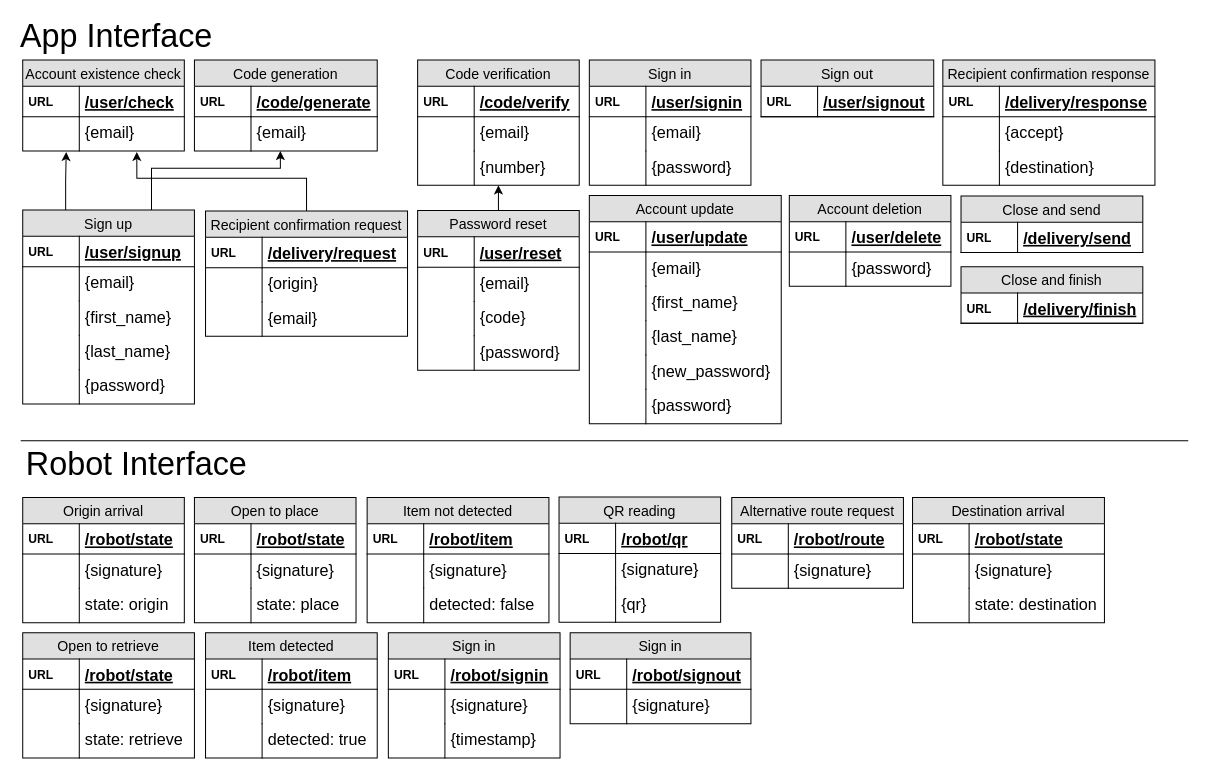
This is server/modeling/Server Modelling.drawio from developedby/DLVR, a draw.io file, before an edit. Source tidied: cells renumbered, new cells numbered last; positions are measured from the earlier drawing's top-left corner, leaving out a move shared by most shapes. Both pictures are drawn from the tidied source at 101%, with x=0, y=0 at pixel (17, 26).
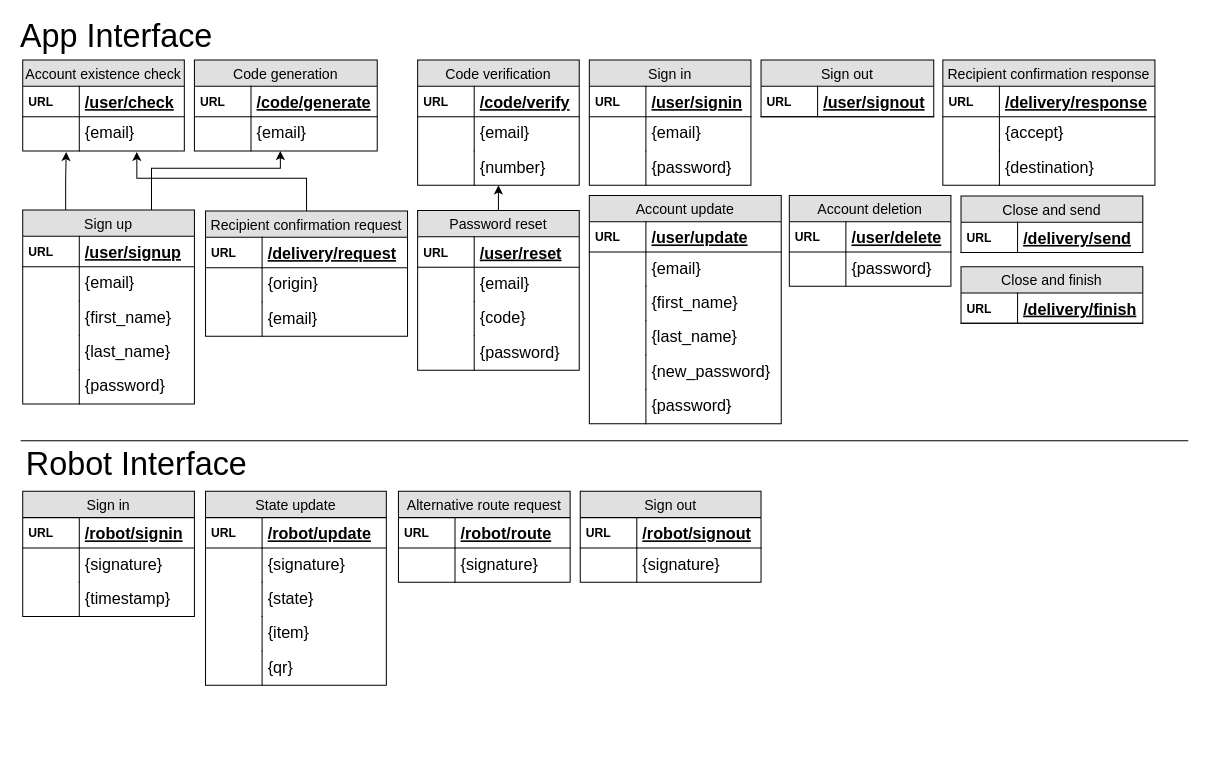
The same page after the edit.

Commit message (it also covers changes not shown here):
Updated server model

Diff of the diagram source:
```diff
@@
-    <mxCell id="94" value="Origin arrival" style="swimlane;fontStyle=0;horizontal=1;startSize=26;fillColor=#e0e0e0;swimlaneFillColor=#ffffff;align=center;fontSize=14;" parent="1" vertex="1">
-      <mxGeometry x="5" y="466" width="160" height="124" as="geometry" />
-    </mxCell>
-    <mxCell id="95" value="/robot/state" style="shape=partialRectangle;top=0;left=0;right=0;bottom=1;align=left;verticalAlign=middle;fillColor=none;spacingLeft=60;spacingRight=4;overflow=hidden;fontStyle=5;fontSize=16;" parent="94" vertex="1">
-      <mxGeometry y="26" width="160" height="30" as="geometry" />
-    </mxCell>
-    <mxCell id="96" value="URL" style="shape=partialRectangle;fontStyle=1;top=0;left=0;bottom=0;fillColor=none;align=left;verticalAlign=middle;spacingLeft=4;spacingRight=4;overflow=hidden;fontSize=12;" parent="95" vertex="1">
-      <mxGeometry width="56" height="30" as="geometry" />
-    </mxCell>
-    <mxCell id="97" value="{signature}" style="shape=partialRectangle;top=0;left=0;right=0;bottom=0;align=left;verticalAlign=top;fillColor=none;spacingLeft=60;spacingRight=4;overflow=hidden;fontSize=16;" parent="94" vertex="1">
-      <mxGeometry y="56" width="160" height="34" as="geometry" />
-    </mxCell>
-    <mxCell id="98" style="shape=partialRectangle;top=0;left=0;bottom=0;fillColor=none;align=left;verticalAlign=top;spacingLeft=4;spacingRight=4;overflow=hidden;fontSize=12;" parent="97" vertex="1">
-      <mxGeometry width="56" height="34" as="geometry" />
-    </mxCell>
-    <mxCell id="99" value="state: origin" style="shape=partialRectangle;top=0;left=0;right=0;bottom=0;align=left;verticalAlign=top;fillColor=none;spacingLeft=60;spacingRight=4;overflow=hidden;fontSize=16;" parent="94" vertex="1">
-      <mxGeometry y="90" width="160" height="34" as="geometry" />
-    </mxCell>
-    <mxCell id="100" style="shape=partialRectangle;top=0;left=0;bottom=0;fillColor=none;align=left;verticalAlign=top;spacingLeft=4;spacingRight=4;overflow=hidden;fontSize=12;" parent="99" vertex="1">
-      <mxGeometry width="56" height="34" as="geometry" />
-    </mxCell>
-    <mxCell id="101" value="Open to place" style="swimlane;fontStyle=0;horizontal=1;startSize=26;fillColor=#e0e0e0;swimlaneFillColor=#ffffff;align=center;fontSize=14;" parent="1" vertex="1">
-      <mxGeometry x="175" y="466" width="160" height="124" as="geometry" />
-    </mxCell>
-    <mxCell id="102" value="/robot/state" style="shape=partialRectangle;top=0;left=0;right=0;bottom=1;align=left;verticalAlign=middle;fillColor=none;spacingLeft=60;spacingRight=4;overflow=hidden;fontStyle=5;fontSize=16;" parent="101" vertex="1">
-      <mxGeometry y="26" width="160" height="30" as="geometry" />
-    </mxCell>
-    <mxCell id="103" value="URL" style="shape=partialRectangle;fontStyle=1;top=0;left=0;bottom=0;fillColor=none;align=left;verticalAlign=middle;spacingLeft=4;spacingRight=4;overflow=hidden;fontSize=12;" parent="102" vertex="1">
-      <mxGeometry width="56" height="30" as="geometry" />
-    </mxCell>
-    <mxCell id="104" value="{signature}" style="shape=partialRectangle;top=0;left=0;right=0;bottom=0;align=left;verticalAlign=top;fillColor=none;spacingLeft=60;spacingRight=4;overflow=hidden;fontSize=16;" parent="101" vertex="1">
-      <mxGeometry y="56" width="160" height="34" as="geometry" />
-    </mxCell>
-    <mxCell id="105" style="shape=partialRectangle;top=0;left=0;bottom=0;fillColor=none;align=left;verticalAlign=top;spacingLeft=4;spacingRight=4;overflow=hidden;fontSize=12;" parent="104" vertex="1">
-      <mxGeometry width="56" height="34" as="geometry" />
-    </mxCell>
-    <mxCell id="106" value="state: place" style="shape=partialRectangle;top=0;left=0;right=0;bottom=0;align=left;verticalAlign=top;fillColor=none;spacingLeft=60;spacingRight=4;overflow=hidden;fontSize=16;" parent="101" vertex="1">
-      <mxGeometry y="90" width="160" height="34" as="geometry" />
-    </mxCell>
-    <mxCell id="107" style="shape=partialRectangle;top=0;left=0;bottom=0;fillColor=none;align=left;verticalAlign=top;spacingLeft=4;spacingRight=4;overflow=hidden;fontSize=12;" parent="106" vertex="1">
-      <mxGeometry width="56" height="34" as="geometry" />
-    </mxCell>
-    <mxCell id="108" value="Item not detected" style="swimlane;fontStyle=0;horizontal=1;startSize=26;fillColor=#e0e0e0;swimlaneFillColor=#ffffff;align=center;fontSize=14;" parent="1" vertex="1">
-      <mxGeometry x="346" y="466" width="180" height="124" as="geometry" />
-    </mxCell>
-    <mxCell id="109" value="/robot/item" style="shape=partialRectangle;top=0;left=0;right=0;bottom=1;align=left;verticalAlign=middle;fillColor=none;spacingLeft=60;spacingRight=4;overflow=hidden;fontStyle=5;fontSize=16;" parent="108" vertex="1">
-      <mxGeometry y="26" width="180" height="30" as="geometry" />
-    </mxCell>
-    <mxCell id="110" value="URL" style="shape=partialRectangle;fontStyle=1;top=0;left=0;bottom=0;fillColor=none;align=left;verticalAlign=middle;spacingLeft=4;spacingRight=4;overflow=hidden;fontSize=12;" parent="109" vertex="1">
-      <mxGeometry width="56" height="30" as="geometry" />
-    </mxCell>
-    <mxCell id="111" value="{signature}" style="shape=partialRectangle;top=0;left=0;right=0;bottom=0;align=left;verticalAlign=top;fillColor=none;spacingLeft=60;spacingRight=4;overflow=hidden;fontSize=16;" parent="108" vertex="1">
-      <mxGeometry y="56" width="180" height="34" as="geometry" />
-    </mxCell>
-    <mxCell id="112" style="shape=partialRectangle;top=0;left=0;bottom=0;fillColor=none;align=left;verticalAlign=top;spacingLeft=4;spacingRight=4;overflow=hidden;fontSize=12;" parent="111" vertex="1">
-      <mxGeometry width="56" height="34" as="geometry" />
-    </mxCell>
-    <mxCell id="113" value="detected: false" style="shape=partialRectangle;top=0;left=0;right=0;bottom=0;align=left;verticalAlign=top;fillColor=none;spacingLeft=60;spacingRight=4;overflow=hidden;fontSize=16;" parent="108" vertex="1">
-      <mxGeometry y="90" width="180" height="34" as="geometry" />
-    </mxCell>
-    <mxCell id="114" style="shape=partialRectangle;top=0;left=0;bottom=0;fillColor=none;align=left;verticalAlign=top;spacingLeft=4;spacingRight=4;overflow=hidden;fontSize=12;" parent="113" vertex="1">
-      <mxGeometry width="56" height="34" as="geometry" />
-    </mxCell>
-    <mxCell id="115" value="QR reading" style="swimlane;fontStyle=0;horizontal=1;startSize=26;fillColor=#e0e0e0;swimlaneFillColor=#ffffff;align=center;fontSize=14;" parent="1" vertex="1">
-      <mxGeometry x="536" y="465.5" width="160" height="124" as="geometry" />
-    </mxCell>
-    <mxCell id="116" value="/robot/qr" style="shape=partialRectangle;top=0;left=0;right=0;bottom=1;align=left;verticalAlign=middle;fillColor=none;spacingLeft=60;spacingRight=4;overflow=hidden;fontStyle=5;fontSize=16;" parent="115" vertex="1">
-      <mxGeometry y="26" width="160" height="30" as="geometry" />
-    </mxCell>
-    <mxCell id="117" value="URL" style="shape=partialRectangle;fontStyle=1;top=0;left=0;bottom=0;fillColor=none;align=left;verticalAlign=middle;spacingLeft=4;spacingRight=4;overflow=hidden;fontSize=12;" parent="116" vertex="1">
-      <mxGeometry width="56" height="30" as="geometry" />
-    </mxCell>
-    <mxCell id="118" value="{signature}" style="shape=partialRectangle;top=0;left=0;right=0;bottom=0;align=left;verticalAlign=top;fillColor=none;spacingLeft=60;spacingRight=4;overflow=hidden;fontSize=16;" parent="115" vertex="1">
-      <mxGeometry y="56" width="160" height="34" as="geometry" />
-    </mxCell>
-    <mxCell id="119" style="shape=partialRectangle;top=0;left=0;bottom=0;fillColor=none;align=left;verticalAlign=top;spacingLeft=4;spacingRight=4;overflow=hidden;fontSize=12;" parent="118" vertex="1">
-      <mxGeometry width="56" height="34" as="geometry" />
-    </mxCell>
-    <mxCell id="120" value="{qr}" style="shape=partialRectangle;top=0;left=0;right=0;bottom=0;align=left;verticalAlign=top;fillColor=none;spacingLeft=60;spacingRight=4;overflow=hidden;fontSize=16;" parent="115" vertex="1">
-      <mxGeometry y="90" width="160" height="34" as="geometry" />
-    </mxCell>
-    <mxCell id="121" style="shape=partialRectangle;top=0;left=0;bottom=0;fillColor=none;align=left;verticalAlign=top;spacingLeft=4;spacingRight=4;overflow=hidden;fontSize=12;" parent="120" vertex="1">
-      <mxGeometry width="56" height="34" as="geometry" />
-    </mxCell>
     <mxCell id="122" value="Alternative route request" style="swimlane;fontStyle=0;horizontal=1;startSize=26;fillColor=#e0e0e0;swimlaneFillColor=#ffffff;align=center;fontSize=14;" parent="1" vertex="1">
-      <mxGeometry x="707" y="466" width="170" height="90" as="geometry" />
+      <mxGeometry x="377" y="460" width="170" height="90" as="geometry" />
     </mxCell>
@@
-    <mxCell id="127" value="Destination arrival" style="swimlane;fontStyle=0;horizontal=1;startSize=26;fillColor=#e0e0e0;swimlaneFillColor=#ffffff;align=center;fontSize=14;" parent="1" vertex="1">
-      <mxGeometry x="886" y="466" width="190" height="124" as="geometry" />
-    </mxCell>
-    <mxCell id="128" value="/robot/state" style="shape=partialRectangle;top=0;left=0;right=0;bottom=1;align=left;verticalAlign=middle;fillColor=none;spacingLeft=60;spacingRight=4;overflow=hidden;fontStyle=5;fontSize=16;" parent="127" vertex="1">
-      <mxGeometry y="26" width="190" height="30" as="geometry" />
-    </mxCell>
-    <mxCell id="129" value="URL" style="shape=partialRectangle;fontStyle=1;top=0;left=0;bottom=0;fillColor=none;align=left;verticalAlign=middle;spacingLeft=4;spacingRight=4;overflow=hidden;fontSize=12;" parent="128" vertex="1">
-      <mxGeometry width="56" height="30" as="geometry" />
-    </mxCell>
-    <mxCell id="130" value="{signature}" style="shape=partialRectangle;top=0;left=0;right=0;bottom=0;align=left;verticalAlign=top;fillColor=none;spacingLeft=60;spacingRight=4;overflow=hidden;fontSize=16;" parent="127" vertex="1">
-      <mxGeometry y="56" width="190" height="34" as="geometry" />
-    </mxCell>
-    <mxCell id="131" style="shape=partialRectangle;top=0;left=0;bottom=0;fillColor=none;align=left;verticalAlign=top;spacingLeft=4;spacingRight=4;overflow=hidden;fontSize=12;" parent="130" vertex="1">
-      <mxGeometry width="56" height="34" as="geometry" />
-    </mxCell>
-    <mxCell id="132" value="state: destination" style="shape=partialRectangle;top=0;left=0;right=0;bottom=0;align=left;verticalAlign=top;fillColor=none;spacingLeft=60;spacingRight=4;overflow=hidden;fontSize=16;" parent="127" vertex="1">
-      <mxGeometry y="90" width="190" height="34" as="geometry" />
-    </mxCell>
-    <mxCell id="133" style="shape=partialRectangle;top=0;left=0;bottom=0;fillColor=none;align=left;verticalAlign=top;spacingLeft=4;spacingRight=4;overflow=hidden;fontSize=12;" parent="132" vertex="1">
-      <mxGeometry width="56" height="34" as="geometry" />
-    </mxCell>
-    <mxCell id="134" value="Open to retrieve" style="swimlane;fontStyle=0;horizontal=1;startSize=26;fillColor=#e0e0e0;swimlaneFillColor=#ffffff;align=center;fontSize=14;" parent="1" vertex="1">
-      <mxGeometry x="5" y="600" width="170" height="124" as="geometry" />
-    </mxCell>
-    <mxCell id="135" value="/robot/state" style="shape=partialRectangle;top=0;left=0;right=0;bottom=1;align=left;verticalAlign=middle;fillColor=none;spacingLeft=60;spacingRight=4;overflow=hidden;fontStyle=5;fontSize=16;" parent="134" vertex="1">
-      <mxGeometry y="26" width="170" height="30" as="geometry" />
-    </mxCell>
-    <mxCell id="136" value="URL" style="shape=partialRectangle;fontStyle=1;top=0;left=0;bottom=0;fillColor=none;align=left;verticalAlign=middle;spacingLeft=4;spacingRight=4;overflow=hidden;fontSize=12;" parent="135" vertex="1">
-      <mxGeometry width="56" height="30" as="geometry" />
-    </mxCell>
-    <mxCell id="137" value="{signature}" style="shape=partialRectangle;top=0;left=0;right=0;bottom=0;align=left;verticalAlign=top;fillColor=none;spacingLeft=60;spacingRight=4;overflow=hidden;fontSize=16;" parent="134" vertex="1">
-      <mxGeometry y="56" width="170" height="34" as="geometry" />
-    </mxCell>
-    <mxCell id="138" style="shape=partialRectangle;top=0;left=0;bottom=0;fillColor=none;align=left;verticalAlign=top;spacingLeft=4;spacingRight=4;overflow=hidden;fontSize=12;" parent="137" vertex="1">
-      <mxGeometry width="56" height="34" as="geometry" />
-    </mxCell>
-    <mxCell id="139" value="state: retrieve" style="shape=partialRectangle;top=0;left=0;right=0;bottom=0;align=left;verticalAlign=top;fillColor=none;spacingLeft=60;spacingRight=4;overflow=hidden;fontSize=16;" parent="134" vertex="1">
-      <mxGeometry y="90" width="170" height="34" as="geometry" />
-    </mxCell>
-    <mxCell id="140" style="shape=partialRectangle;top=0;left=0;bottom=0;fillColor=none;align=left;verticalAlign=top;spacingLeft=4;spacingRight=4;overflow=hidden;fontSize=12;" parent="139" vertex="1">
-      <mxGeometry width="56" height="34" as="geometry" />
-    </mxCell>
-    <mxCell id="141" value="Item detected" style="swimlane;fontStyle=0;horizontal=1;startSize=26;fillColor=#e0e0e0;swimlaneFillColor=#ffffff;align=center;fontSize=14;" parent="1" vertex="1">
-      <mxGeometry x="186" y="600" width="170" height="124" as="geometry" />
-    </mxCell>
-    <mxCell id="142" value="/robot/item" style="shape=partialRectangle;top=0;left=0;right=0;bottom=1;align=left;verticalAlign=middle;fillColor=none;spacingLeft=60;spacingRight=4;overflow=hidden;fontStyle=5;fontSize=16;" parent="141" vertex="1">
-      <mxGeometry y="26" width="170" height="30" as="geometry" />
-    </mxCell>
-    <mxCell id="143" value="URL" style="shape=partialRectangle;fontStyle=1;top=0;left=0;bottom=0;fillColor=none;align=left;verticalAlign=middle;spacingLeft=4;spacingRight=4;overflow=hidden;fontSize=12;" parent="142" vertex="1">
-      <mxGeometry width="56" height="30" as="geometry" />
-    </mxCell>
-    <mxCell id="144" value="{signature}" style="shape=partialRectangle;top=0;left=0;right=0;bottom=0;align=left;verticalAlign=top;fillColor=none;spacingLeft=60;spacingRight=4;overflow=hidden;fontSize=16;" parent="141" vertex="1">
-      <mxGeometry y="56" width="170" height="34" as="geometry" />
-    </mxCell>
-    <mxCell id="145" style="shape=partialRectangle;top=0;left=0;bottom=0;fillColor=none;align=left;verticalAlign=top;spacingLeft=4;spacingRight=4;overflow=hidden;fontSize=12;" parent="144" vertex="1">
-      <mxGeometry width="56" height="34" as="geometry" />
-    </mxCell>
-    <mxCell id="146" value="detected: true" style="shape=partialRectangle;top=0;left=0;right=0;bottom=0;align=left;verticalAlign=top;fillColor=none;spacingLeft=60;spacingRight=4;overflow=hidden;fontSize=16;" parent="141" vertex="1">
-      <mxGeometry y="90" width="170" height="34" as="geometry" />
-    </mxCell>
-    <mxCell id="147" style="shape=partialRectangle;top=0;left=0;bottom=0;fillColor=none;align=left;verticalAlign=top;spacingLeft=4;spacingRight=4;overflow=hidden;fontSize=12;" parent="146" vertex="1">
-      <mxGeometry width="56" height="34" as="geometry" />
-    </mxCell>
     <mxCell id="148" value="Sign in" style="swimlane;fontStyle=0;horizontal=1;startSize=26;fillColor=#e0e0e0;swimlaneFillColor=#ffffff;align=center;fontSize=14;" parent="1" vertex="1">
-      <mxGeometry x="367" y="600" width="170" height="124" as="geometry" />
+      <mxGeometry x="5" y="460" width="170" height="124" as="geometry" />
     </mxCell>
@@
-    <mxCell id="155" value="Sign in" style="swimlane;fontStyle=0;horizontal=1;startSize=26;fillColor=#e0e0e0;swimlaneFillColor=#ffffff;align=center;fontSize=14;" parent="1" vertex="1">
-      <mxGeometry x="547" y="600" width="179" height="90" as="geometry" />
+    <mxCell id="155" value="Sign out" style="swimlane;fontStyle=0;horizontal=1;startSize=26;fillColor=#e0e0e0;swimlaneFillColor=#ffffff;align=center;fontSize=14;" parent="1" vertex="1">
+      <mxGeometry x="557" y="460" width="179" height="90" as="geometry" />
     </mxCell>
@@
+    <mxCell id="160" value="State update" style="swimlane;fontStyle=0;horizontal=1;startSize=26;fillColor=#e0e0e0;swimlaneFillColor=#ffffff;align=center;fontSize=14;" parent="1" vertex="1">
+      <mxGeometry x="186" y="460" width="179" height="192" as="geometry" />
+    </mxCell>
+    <mxCell id="161" value="/robot/update" style="shape=partialRectangle;top=0;left=0;right=0;bottom=1;align=left;verticalAlign=middle;fillColor=none;spacingLeft=60;spacingRight=4;overflow=hidden;fontStyle=5;fontSize=16;" parent="160" vertex="1">
+      <mxGeometry y="26" width="179" height="30" as="geometry" />
+    </mxCell>
+    <mxCell id="162" value="URL" style="shape=partialRectangle;fontStyle=1;top=0;left=0;bottom=0;fillColor=none;align=left;verticalAlign=middle;spacingLeft=4;spacingRight=4;overflow=hidden;fontSize=12;" parent="161" vertex="1">
+      <mxGeometry width="56" height="30" as="geometry" />
+    </mxCell>
+    <mxCell id="163" value="{signature}" style="shape=partialRectangle;top=0;left=0;right=0;bottom=0;align=left;verticalAlign=top;fillColor=none;spacingLeft=60;spacingRight=4;overflow=hidden;fontSize=16;" parent="160" vertex="1">
+      <mxGeometry y="56" width="179" height="34" as="geometry" />
+    </mxCell>
+    <mxCell id="164" style="shape=partialRectangle;top=0;left=0;bottom=0;fillColor=none;align=left;verticalAlign=top;spacingLeft=4;spacingRight=4;overflow=hidden;fontSize=12;" parent="163" vertex="1">
+      <mxGeometry width="56" height="34" as="geometry" />
+    </mxCell>
+    <mxCell id="165" value="{state}" style="shape=partialRectangle;top=0;left=0;right=0;bottom=0;align=left;verticalAlign=top;fillColor=none;spacingLeft=60;spacingRight=4;overflow=hidden;fontSize=16;" parent="160" vertex="1">
+      <mxGeometry y="90" width="179" height="34" as="geometry" />
+    </mxCell>
+    <mxCell id="166" style="shape=partialRectangle;top=0;left=0;bottom=0;fillColor=none;align=left;verticalAlign=top;spacingLeft=4;spacingRight=4;overflow=hidden;fontSize=12;" parent="165" vertex="1">
+      <mxGeometry width="56" height="34" as="geometry" />
+    </mxCell>
+    <mxCell id="167" value="{item}" style="shape=partialRectangle;top=0;left=0;right=0;bottom=0;align=left;verticalAlign=top;fillColor=none;spacingLeft=60;spacingRight=4;overflow=hidden;fontSize=16;" parent="160" vertex="1">
+      <mxGeometry y="124" width="179" height="34" as="geometry" />
+    </mxCell>
+    <mxCell id="168" style="shape=partialRectangle;top=0;left=0;bottom=0;fillColor=none;align=left;verticalAlign=top;spacingLeft=4;spacingRight=4;overflow=hidden;fontSize=12;" parent="167" vertex="1">
+      <mxGeometry width="56" height="34" as="geometry" />
+    </mxCell>
+    <mxCell id="120" value="{qr}" style="shape=partialRectangle;top=0;left=0;right=0;bottom=0;align=left;verticalAlign=top;fillColor=none;spacingLeft=60;spacingRight=4;overflow=hidden;fontSize=16;" parent="160" vertex="1">
+      <mxGeometry y="158" width="179" height="34" as="geometry" />
+    </mxCell>
+    <mxCell id="169" style="shape=partialRectangle;top=0;left=0;bottom=0;fillColor=none;align=left;verticalAlign=top;spacingLeft=4;spacingRight=4;overflow=hidden;fontSize=12;" parent="120" vertex="1">
+      <mxGeometry width="56" height="34" as="geometry" />
+    </mxCell>
```
